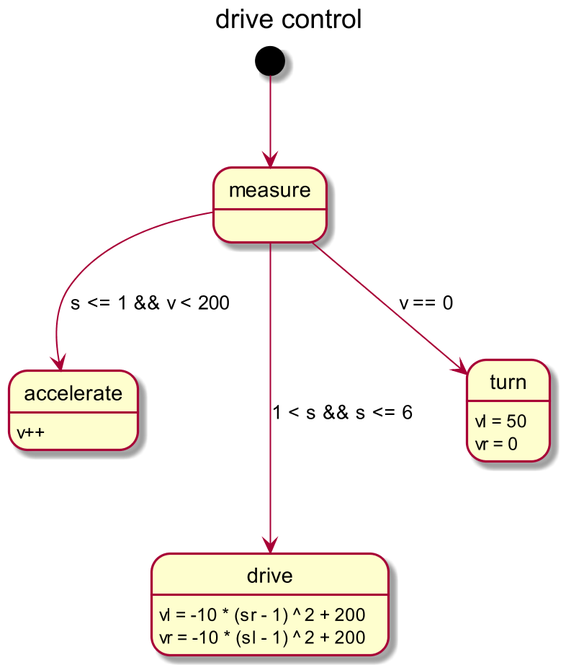
The PlantUML diagram Zumo/Zumo_drive_control.png in orje/Zumo_QM_QPnano, before a commit.
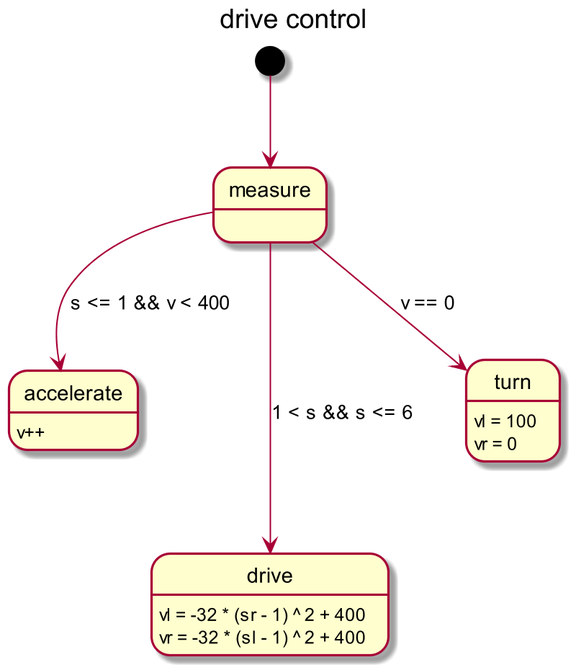
After the change.

What changed in the source:
```diff
@@ -5,12 +5,12 @@
 title drive control
 
 [*] -down-> measure
-measure -down-> accelerate : s <= 1 && v < 200
+measure -down-> accelerate : s <= 1 && v < 400
 accelerate : v++
 measure --down-> drive : 1 < s && s <= 6
-drive : vl = -10 * (sr - 1) ^ 2 + 200
-drive : vr = -10 * (sl - 1) ^ 2 + 200
+drive : vl = -32 * (sr - 1) ^ 2 + 400
+drive : vr = -32 * (sl - 1) ^ 2 + 400
 measure -down-> turn : v == 0
-turn : vl = 50
+turn : vl = 100
 turn : vr = 0
 @enduml
```
